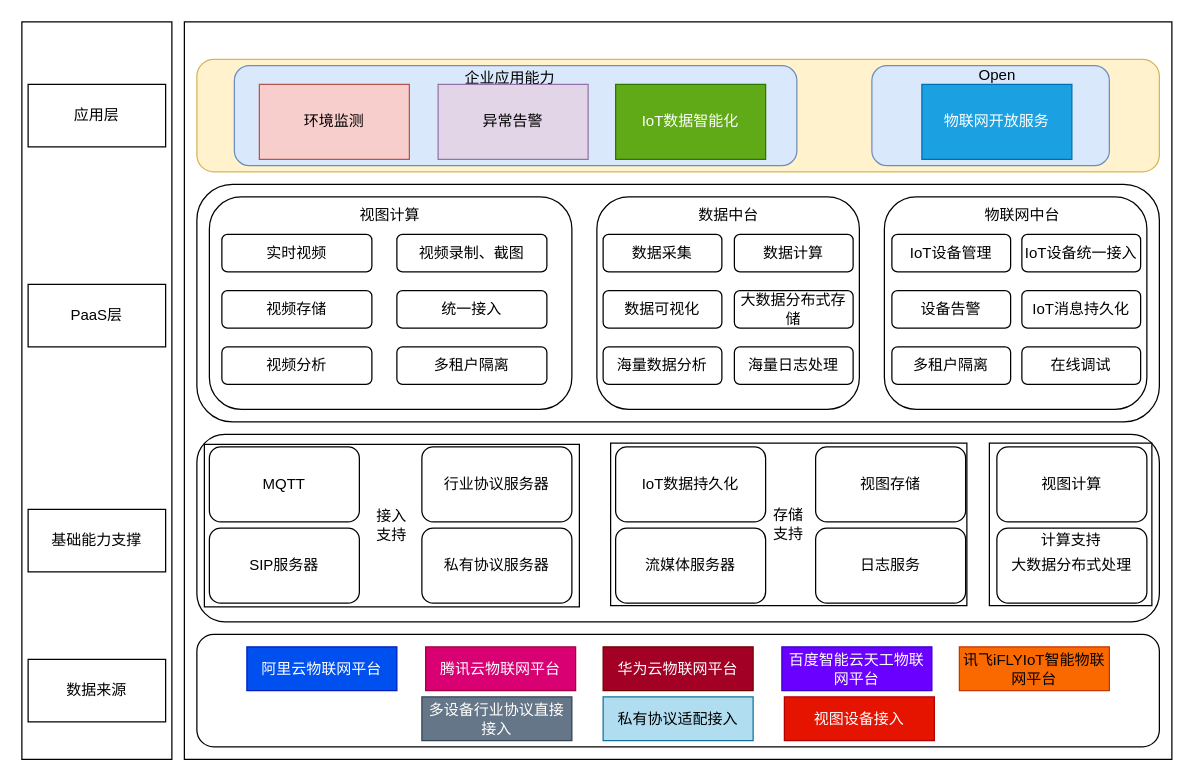
Earlier version of the draw.io diagram 数智化中心IOT规划.drawio (Rain-ziyu/img). Source tidied: cells renumbered, new cells numbered last; positions are measured from the earlier drawing's top-left corner, leaving out a move shared by most shapes. Both pictures are drawn from the tidied source at 125%, with x=0, y=0 at pixel (21, 21).
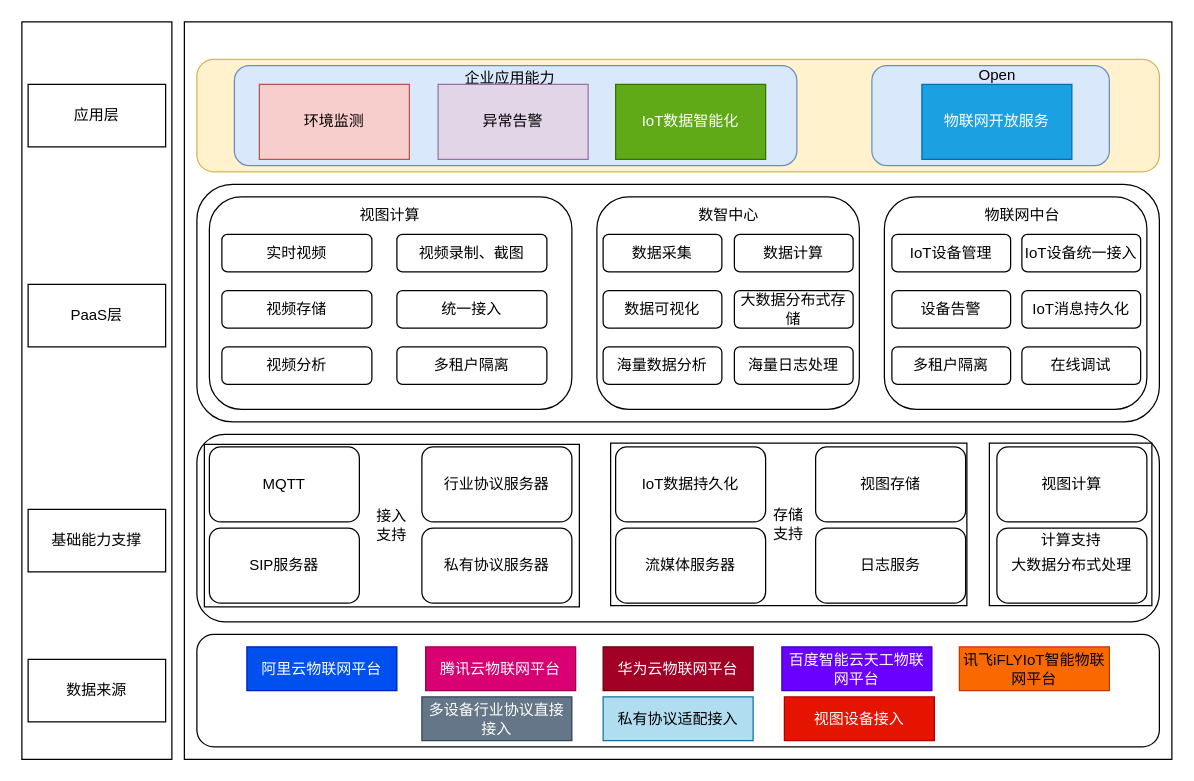
Above is the later version.

Commit message:
更新数智化中心IOT规划.drawio

What changed in the source:
```diff
@@
-    <mxCell id="56" value="数据中台" style="text;html=1;align=center;verticalAlign=middle;strokeColor=none;fillColor=none;" parent="1" vertex="1">
+    <mxCell id="56" value="数智中心" style="text;html=1;align=center;verticalAlign=middle;strokeColor=none;fillColor=none;" parent="1" vertex="1">
       <mxGeometry x="530" y="140" width="70" height="30" as="geometry" />
     </mxCell>
```
